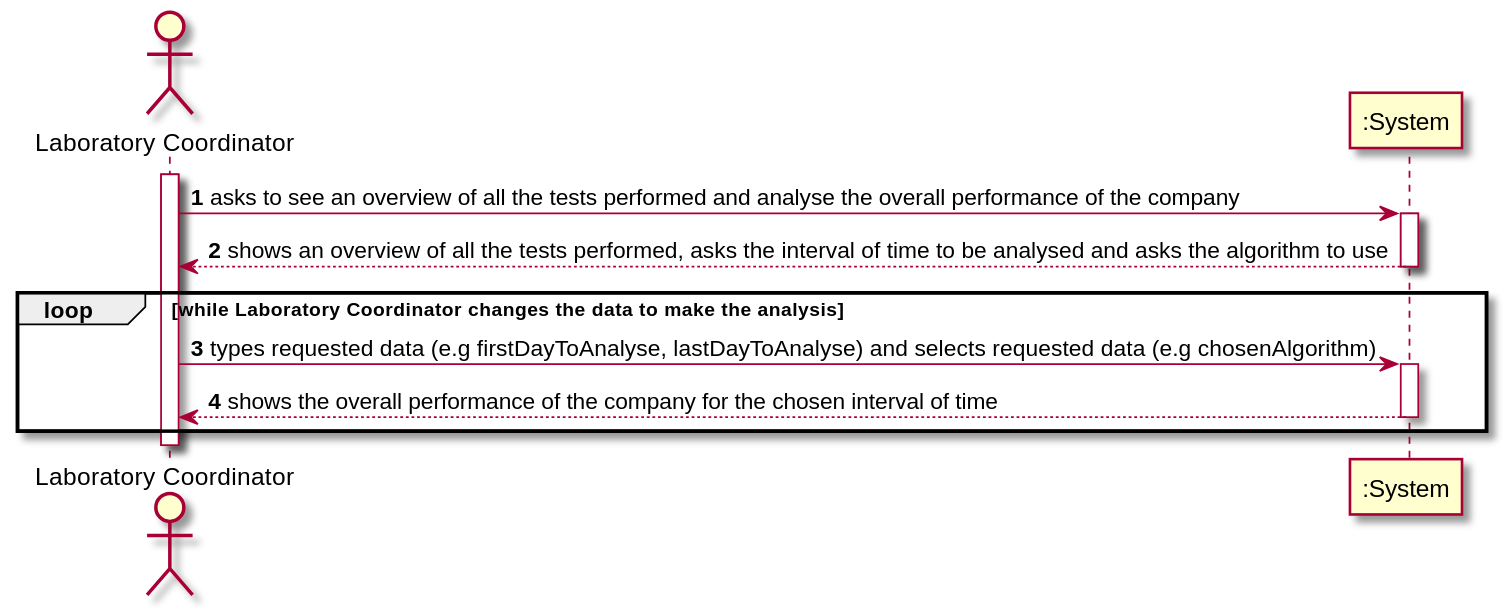
ana-albergaria/LAPR2-ISEP keeps this PlantUML diagram as docs/SprintD/US_16/US016_SSD.svg. Above is the earlier version.
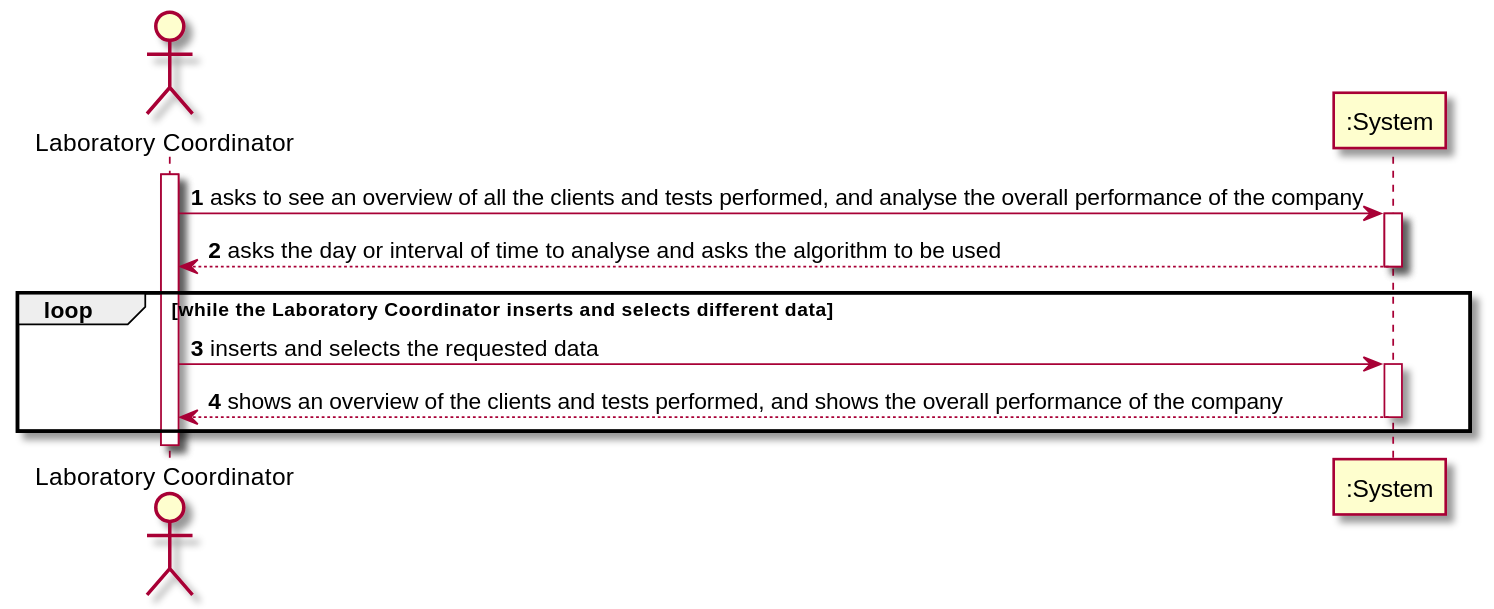
Above is the later version.

What changed in the source:
```diff
@@ -3,15 +3,15 @@
 actor "Laboratory Coordinator" as LC
 
 activate LC
-LC-> ":System" : asks to see an overview of all the tests performed and analyse the overall performance of the company
+LC-> ":System" : asks to see an overview of all the clients and tests performed, and analyse the overall performance of the company
 activate ":System"
-":System" --> LC : shows an overview of all the tests performed, asks the interval of time to be analysed and asks the algorithm to use
+":System" --> LC : asks the day or interval of time to analyse and asks the algorithm to be used
 deactivate ":System"
 
-loop while Laboratory Coordinator changes the data to make the analysis
-LC-> ":System" : types requested data (e.g firstDayToAnalyse, lastDayToAnalyse) and selects requested data (e.g chosenAlgorithm)
+loop while the Laboratory Coordinator inserts and selects different data
+LC-> ":System" : inserts and selects the requested data
 activate ":System"
-":System" --> LC : shows the overall performance of the company for the chosen interval of time
+":System" --> LC : shows an overview of the clients and tests performed, and shows the overall performance of the company
 deactivate ":System"
 end
 
```
